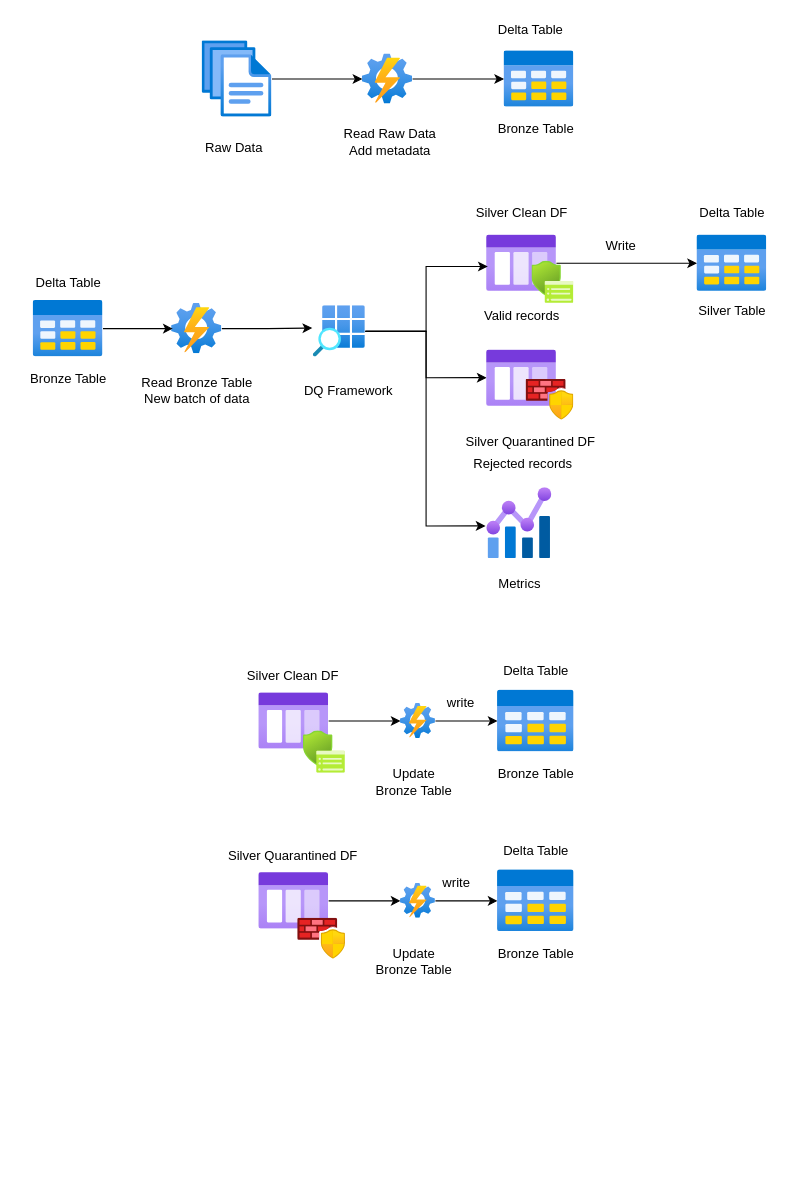
The draw.io diagram .gitbook/assets/Untitled Diagram.drawio in richban/second-brain-wiki, before the edit. Source tidied: cells renumbered, new cells numbered last; positions are measured from the earlier drawing's top-left corner, leaving out a move shared by most shapes. Both pictures are drawn from the tidied source at 109%, with x=0, y=0 at pixel (19, 19).
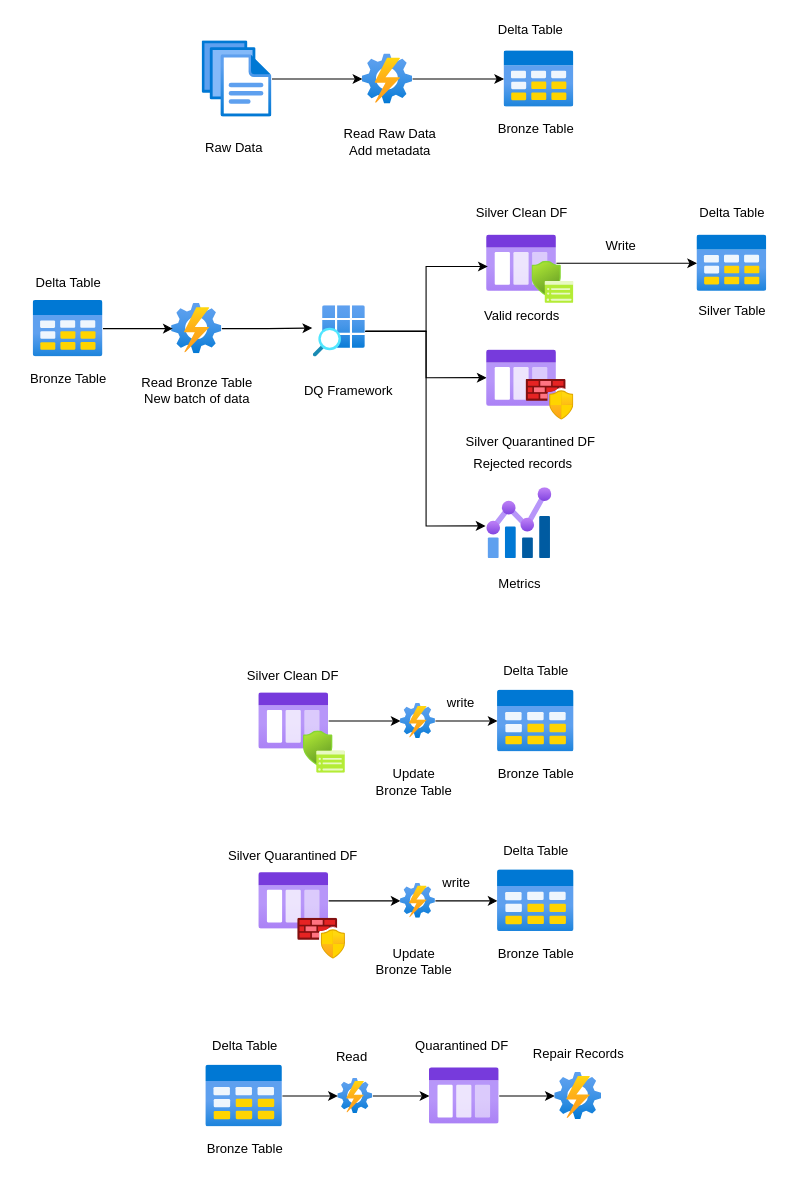
The same diagram, later.

Diff of the diagram source:
```diff
@@
+    <mxCell id="60" style="edgeStyle=orthogonalEdgeStyle;rounded=0;jettySize=auto;html=1;" parent="1" edge="1" source="61" target="67">
+      <mxGeometry relative="1" as="geometry" />
+    </mxCell>
+    <mxCell id="61" style="html=1;points=[];align=center;image;fontSize=12;image=img/lib/azure2/management_governance/Automation_Accounts.svg;" parent="1" vertex="1">
+      <mxGeometry x="292.5" y="972" width="32" height="32" as="geometry" />
+    </mxCell>
+    <mxCell id="62" style="edgeStyle=orthogonalEdgeStyle;rounded=0;jettySize=auto;html=1;" parent="1" edge="1" source="63" target="61">
+      <mxGeometry relative="1" as="geometry" />
+    </mxCell>
+    <mxCell id="63" style="html=1;points=[];align=center;image;fontSize=12;image=img/lib/azure2/general/Table.svg;" parent="1" vertex="1">
+      <mxGeometry x="171.4" y="959.5" width="70.2" height="57" as="geometry" />
+    </mxCell>
+    <mxCell id="64" value="Bronze Table" style="text;html=1;align=center;verticalAlign=middle;" parent="1" vertex="1">
+      <mxGeometry x="161.5" y="1027" width="90" height="20" as="geometry" />
+    </mxCell>
+    <mxCell id="65" value="Delta Table" style="text;html=1;align=center;verticalAlign=middle;" parent="1" vertex="1">
+      <mxGeometry x="166.5" y="932" width="80" height="20" as="geometry" />
+    </mxCell>
+    <mxCell id="66" style="edgeStyle=orthogonalEdgeStyle;rounded=0;jettySize=auto;html=1;" parent="1" edge="1" source="67" target="70">
+      <mxGeometry relative="1" as="geometry" />
+    </mxCell>
+    <mxCell id="67" style="html=1;points=[];align=center;image;fontSize=12;image=img/lib/azure2/general/Storage_Queue.svg;" parent="1" vertex="1">
+      <mxGeometry x="376.5" y="962" width="64" height="52" as="geometry" />
+    </mxCell>
+    <mxCell id="68" value="&lt;div&gt;Read &lt;br&gt;&lt;/div&gt;" style="text;html=1;align=center;verticalAlign=middle;" parent="1" vertex="1">
+      <mxGeometry x="284.5" y="942" width="40" height="20" as="geometry" />
+    </mxCell>
+    <mxCell id="69" value="Quarantined DF" style="text;html=1;align=center;verticalAlign=middle;" parent="1" vertex="1">
+      <mxGeometry x="355.5" y="932" width="100" height="20" as="geometry" />
+    </mxCell>
+    <mxCell id="70" style="html=1;points=[];align=center;image;fontSize=12;image=img/lib/azure2/management_governance/Automation_Accounts.svg;" parent="1" vertex="1">
+      <mxGeometry x="491.5" y="966.5" width="43" height="43" as="geometry" />
+    </mxCell>
+    <mxCell id="71" value="Repair Records" style="text;html=1;align=center;verticalAlign=middle;" parent="1" vertex="1">
+      <mxGeometry x="462.5" y="939.5" width="100" height="20" as="geometry" />
+    </mxCell>
```
